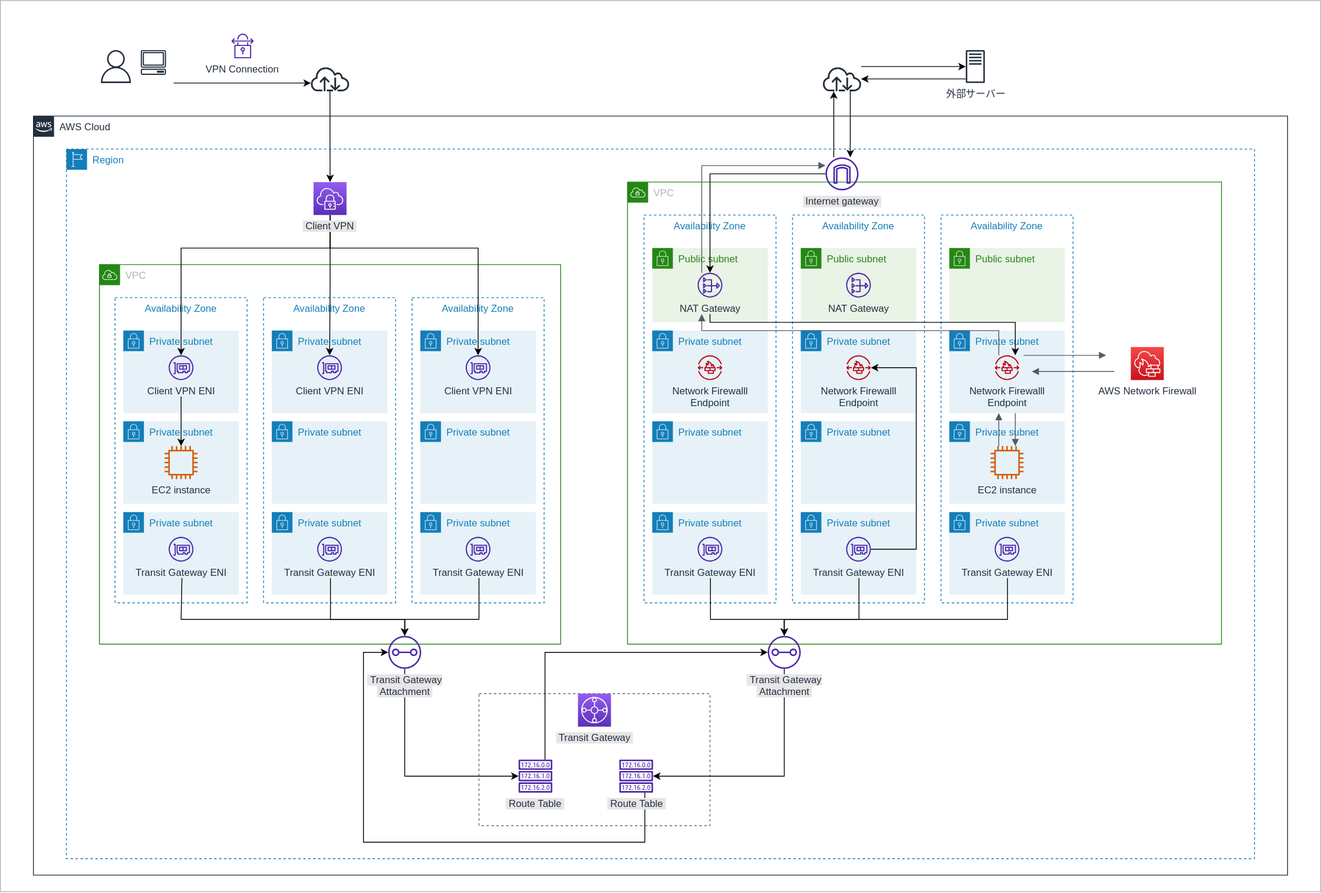
sugikeitter/aws-demo keeps this draw.io diagram as cdk-sharedvpc-tgw-vpnvpc/cdk-sharedvpc-tgw-vpnvpc-Overview-NATGW-x2.drawio.svg. Above is the earlier version. Source tidied: cells renumbered, new cells last; positions are measured from the earlier drawing's top-left corner, leaving out a move shared by most shapes.
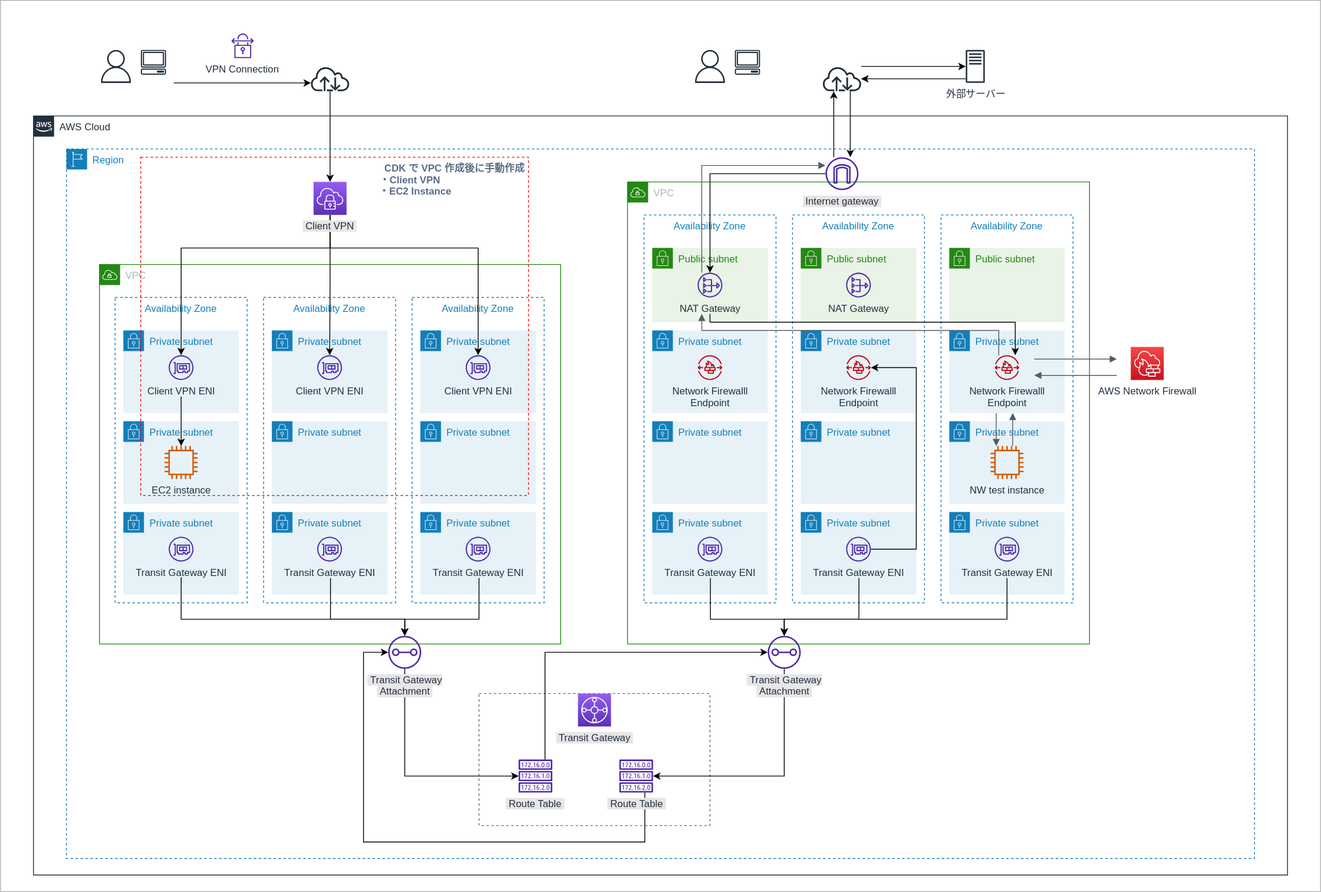
The same diagram one commit later.

The edit, as a diff of the source:
```diff
@@ -5,8 +5,17 @@
     <mxCell id="2" style="rounded=0;whiteSpace=wrap;html=1;labelBackgroundColor=#FFFFFF;fillColor=none;strokeColor=#B3B3B3;" parent="1" vertex="1">
       <mxGeometry width="1600" height="1080" as="geometry" />
     </mxCell>
+    <mxCell id="59" value="Availability Zone" style="fillColor=none;strokeColor=#147EBA;dashed=1;verticalAlign=top;fontStyle=0;fontColor=#147EBA;" parent="1" vertex="1">
+      <mxGeometry x="1140" y="260" width="160" height="470" as="geometry" />
+    </mxCell>
+    <mxCell id="58" value="Availability Zone" style="fillColor=none;strokeColor=#147EBA;dashed=1;verticalAlign=top;fontStyle=0;fontColor=#147EBA;" parent="1" vertex="1">
+      <mxGeometry x="780" y="260" width="160" height="470" as="geometry" />
+    </mxCell>
+    <mxCell id="68" value="Availability Zone" style="fillColor=none;strokeColor=#147EBA;dashed=1;verticalAlign=top;fontStyle=0;fontColor=#147EBA;" parent="1" vertex="1">
+      <mxGeometry x="960" y="260" width="160" height="470" as="geometry" />
+    </mxCell>
     <mxCell id="3" value="VPC" style="gradientColor=none;html=1;whiteSpace=wrap;fontSize=12;fontStyle=0;shape=mxgraph.aws4.group;grIcon=mxgraph.aws4.group_vpc;strokeColor=#248814;fillColor=none;verticalAlign=top;align=left;spacingLeft=30;fontColor=#AAB7B8;dashed=0;" parent="1" vertex="1">
-      <mxGeometry x="760" y="220" width="720" height="560" as="geometry" />
+      <mxGeometry x="760" y="220" width="560" height="560" as="geometry" />
     </mxCell>
     <mxCell id="4" style="fillColor=none;strokeColor=#5A6C86;dashed=1;verticalAlign=top;fontStyle=0;fontColor=#5A6C86;" parent="1" vertex="1">
       <mxGeometry x="580" y="840" width="280" height="160" as="geometry" />
@@ -244,12 +253,6 @@
     <mxCell id="57" value="NAT Gateway" style="sketch=0;outlineConnect=0;fontColor=#232F3E;gradientColor=none;fillColor=#4D27AA;strokeColor=none;dashed=0;verticalLabelPosition=bottom;verticalAlign=top;align=center;html=1;fontSize=12;fontStyle=0;shape=mxgraph.aws4.nat_gateway;" parent="56" vertex="1">
       <mxGeometry x="55" y="30" width="30" height="30" as="geometry" />
     </mxCell>
-    <mxCell id="58" value="Availability Zone" style="fillColor=none;strokeColor=#147EBA;dashed=1;verticalAlign=top;fontStyle=0;fontColor=#147EBA;" parent="1" vertex="1">
-      <mxGeometry x="780" y="260" width="160" height="470" as="geometry" />
-    </mxCell>
-    <mxCell id="59" value="Availability Zone" style="fillColor=none;strokeColor=#147EBA;dashed=1;verticalAlign=top;fontStyle=0;fontColor=#147EBA;" parent="1" vertex="1">
-      <mxGeometry x="1140" y="260" width="160" height="470" as="geometry" />
-    </mxCell>
     <mxCell id="60" value="Private subnet" style="gradientColor=none;html=1;whiteSpace=wrap;fontSize=12;fontStyle=0;shape=mxgraph.aws4.group;grIcon=mxgraph.aws4.group_security_group;grStroke=0;strokeColor=#147EBA;fillColor=#E6F2F8;verticalAlign=top;align=left;spacingLeft=30;fontColor=#147EBA;dashed=0;" parent="1" vertex="1">
       <mxGeometry x="1150" y="400" width="140" height="100" as="geometry" />
     </mxCell>
@@ -274,9 +277,6 @@
     <mxCell id="67" value="&lt;span style=&quot;background-color: rgb(230, 230, 230);&quot;&gt;&amp;nbsp;Internet gateway&amp;nbsp;&lt;/span&gt;" style="sketch=0;outlineConnect=0;fontColor=#232F3E;gradientColor=none;fillColor=#4D27AA;strokeColor=none;dashed=0;verticalLabelPosition=bottom;verticalAlign=top;align=center;html=1;fontSize=12;fontStyle=0;shape=mxgraph.aws4.internet_gateway;" parent="1" vertex="1">
       <mxGeometry x="1000" y="190" width="40" height="40" as="geometry" />
     </mxCell>
-    <mxCell id="68" value="Availability Zone" style="fillColor=none;strokeColor=#147EBA;dashed=1;verticalAlign=top;fontStyle=0;fontColor=#147EBA;" parent="1" vertex="1">
-      <mxGeometry x="960" y="260" width="160" height="470" as="geometry" />
-    </mxCell>
     <mxCell id="69" value="Private subnet" style="gradientColor=none;html=1;whiteSpace=wrap;fontSize=12;fontStyle=0;shape=mxgraph.aws4.group;grIcon=mxgraph.aws4.group_security_group;grStroke=0;strokeColor=#147EBA;fillColor=#E6F2F8;verticalAlign=top;align=left;spacingLeft=30;fontColor=#147EBA;dashed=0;" parent="1" vertex="1">
       <mxGeometry x="970" y="400" width="140" height="100" as="geometry" />
     </mxCell>
@@ -324,27 +324,29 @@
     </mxCell>
     <mxCell id="80" style="edgeStyle=orthogonalEdgeStyle;rounded=0;jettySize=auto;html=1;" parent="1" edge="1" target="6">
       <mxGeometry relative="1" as="geometry">
-        <mxPoint x="1220.5" y="700" as="sourcePoint" />
+        <mxPoint x="1220" y="700" as="sourcePoint" />
         <Array as="points">
-          <mxPoint x="1221" y="750" />
+          <mxPoint x="1220" y="700" />
+          <mxPoint x="1220" y="750" />
           <mxPoint x="950" y="750" />
         </Array>
       </mxGeometry>
     </mxCell>
-    <mxCell id="81" value="EC2 instance" style="sketch=0;outlineConnect=0;fontColor=#232F3E;gradientColor=none;fillColor=#D45B07;strokeColor=none;dashed=0;verticalLabelPosition=bottom;verticalAlign=top;align=center;html=1;fontSize=12;fontStyle=0;shape=mxgraph.aws4.instance2;" parent="1" vertex="1">
+    <mxCell id="81" value="NW test instance" style="sketch=0;outlineConnect=0;fontColor=#232F3E;gradientColor=none;fillColor=#D45B07;strokeColor=none;dashed=0;verticalLabelPosition=bottom;verticalAlign=top;align=center;html=1;fontSize=12;fontStyle=0;shape=mxgraph.aws4.instance2;" parent="1" vertex="1">
       <mxGeometry x="1200" y="540" width="40" height="40" as="geometry" />
     </mxCell>
     <mxCell id="82" style="edgeStyle=orthogonalEdgeStyle;html=1;endArrow=none;elbow=vertical;startArrow=block;startFill=1;strokeColor=#545B64;rounded=0;" parent="1" edge="1">
       <mxGeometry relative="1" as="geometry">
-        <mxPoint x="1250" y="449.6" as="sourcePoint" />
-        <mxPoint x="1350" y="449.6" as="targetPoint" />
+        <mxPoint x="1253.1" y="454.4" as="sourcePoint" />
+        <mxPoint x="1353.1" y="454.4" as="targetPoint" />
       </mxGeometry>
     </mxCell>
-    <mxCell id="83" style="edgeStyle=orthogonalEdgeStyle;html=1;endArrow=block;elbow=vertical;startArrow=none;endFill=1;strokeColor=#545B64;rounded=0;" parent="1" edge="1" source="81">
+    <mxCell id="83" style="edgeStyle=orthogonalEdgeStyle;html=1;endArrow=block;elbow=vertical;startArrow=none;endFill=1;strokeColor=#545B64;rounded=0;" parent="1" edge="1">
       <mxGeometry relative="1" as="geometry">
-        <mxPoint x="1210" y="500" as="targetPoint" />
+        <mxPoint x="1226.9" y="540" as="sourcePoint" />
+        <mxPoint x="1226.9" y="500" as="targetPoint" />
         <Array as="points">
-          <mxPoint x="1210" y="500" />
+          <mxPoint x="1226.9" y="500" />
         </Array>
       </mxGeometry>
     </mxCell>
@@ -387,16 +389,21 @@
     </mxCell>
     <mxCell id="91" style="edgeStyle=orthogonalEdgeStyle;html=1;endArrow=block;elbow=vertical;startArrow=none;endFill=1;strokeColor=#545B64;rounded=0;" parent="1" edge="1">
       <mxGeometry relative="1" as="geometry">
-        <mxPoint x="1240" y="430" as="sourcePoint" />
-        <mxPoint x="1340" y="430" as="targetPoint" />
+        <mxPoint x="1253.1" y="434.6" as="sourcePoint" />
+        <mxPoint x="1353.1" y="434.6" as="targetPoint" />
+        <Array as="points">
+          <mxPoint x="1323.1" y="434.9" />
+          <mxPoint x="1323.1" y="434.9" />
+        </Array>
       </mxGeometry>
     </mxCell>
-    <mxCell id="92" style="edgeStyle=orthogonalEdgeStyle;html=1;endArrow=block;elbow=vertical;startArrow=none;endFill=1;strokeColor=#545B64;rounded=0;" parent="1" edge="1" target="81">
+    <mxCell id="92" style="edgeStyle=orthogonalEdgeStyle;html=1;endArrow=block;elbow=vertical;startArrow=none;endFill=1;strokeColor=#545B64;rounded=0;" parent="1" edge="1">
       <mxGeometry relative="1" as="geometry">
-        <mxPoint x="1230" y="500" as="sourcePoint" />
+        <mxPoint x="1206.9" y="500" as="sourcePoint" />
+        <mxPoint x="1206.9" y="540" as="targetPoint" />
         <Array as="points">
-          <mxPoint x="1230" y="530" />
-          <mxPoint x="1230" y="530" />
+          <mxPoint x="1206.9" y="510" />
+          <mxPoint x="1206.9" y="510" />
         </Array>
       </mxGeometry>
     </mxCell>
@@ -408,5 +415,14 @@
         </Array>
       </mxGeometry>
     </mxCell>
+    <mxCell id="94" style="sketch=0;fontColor=#232F3E;gradientColor=none;fillColor=#232F3D;strokeColor=none;dashed=0;verticalLabelPosition=bottom;verticalAlign=top;align=center;html=1;fontSize=12;fontStyle=0;shape=mxgraph.aws4.user;labelBackgroundColor=#FFFFFF;" parent="1" vertex="1">
+      <mxGeometry x="840" y="60" width="40" height="40" as="geometry" />
+    </mxCell>
+    <mxCell id="95" style="sketch=0;fontColor=#232F3E;gradientColor=none;fillColor=#232F3D;strokeColor=none;dashed=0;verticalLabelPosition=bottom;verticalAlign=top;align=center;html=1;fontSize=12;fontStyle=0;shape=mxgraph.aws4.client;labelBackgroundColor=#FFFFFF;" parent="1" vertex="1">
+      <mxGeometry x="890" y="60" width="30.8" height="30" as="geometry" />
+    </mxCell>
+    <mxCell id="96" value="　　　　　　　　　　　　　　　　　　　　　　　　CDK で VPC 作成後に手動作成&#10;                                                       ・Client VPN&#10;                                                           ・EC2 Instance" style="fillColor=none;strokeColor=#FF0000;dashed=1;verticalAlign=top;fontStyle=1;fontColor=#5A6C86;" parent="1" vertex="1">
+      <mxGeometry x="170" y="190" width="470" height="410" as="geometry" />
+    </mxCell>
   </root>
 </mxGraphModel>
```
